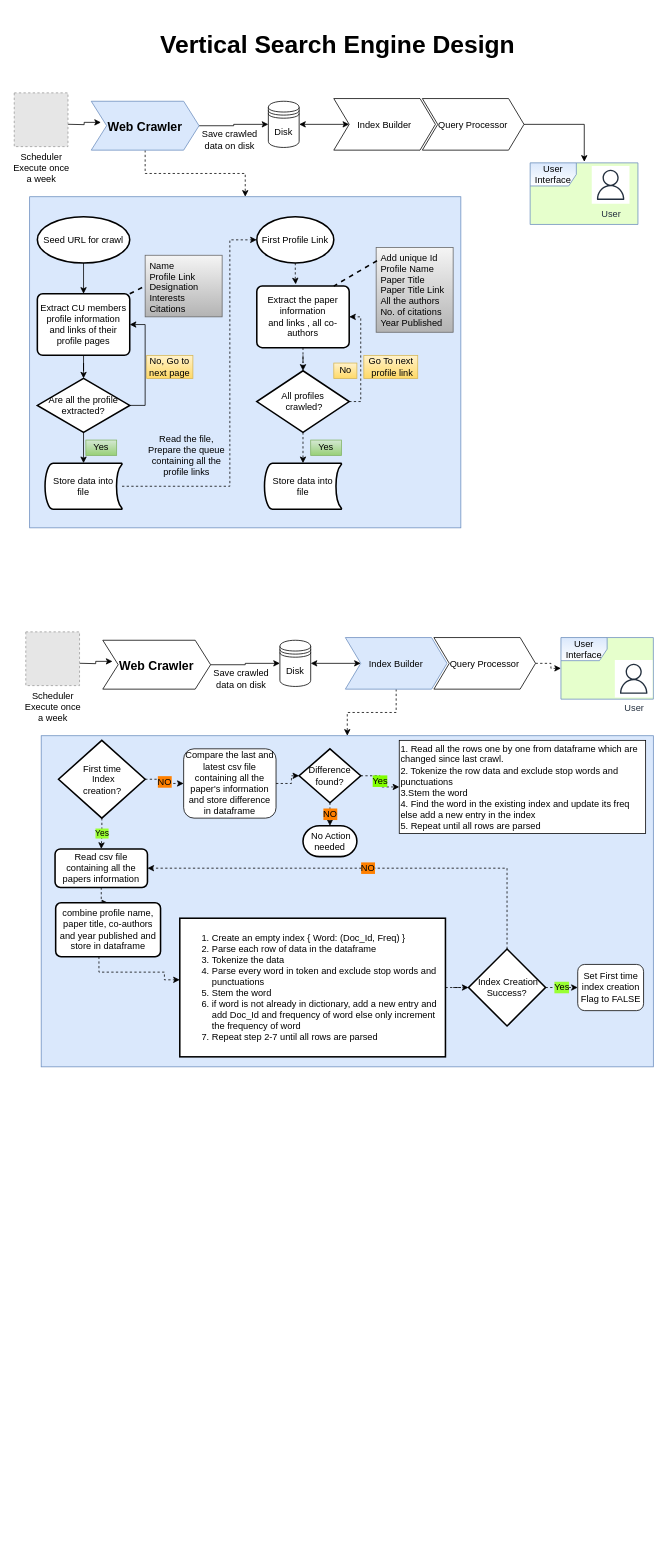
The draw.io diagram Untitled Diagram.drawio in rawat-sushil/vertical_search_engine, before the edit. Source tidied: cells renumbered, new cells numbered last; positions are measured from the earlier drawing's top-left corner, leaving out a move shared by most shapes. Both pictures are drawn from the tidied source at 77%, with x=0, y=0 at pixel (14, 25). Pictures stored in the file or linked from it are replaced by grey dashed boxes.
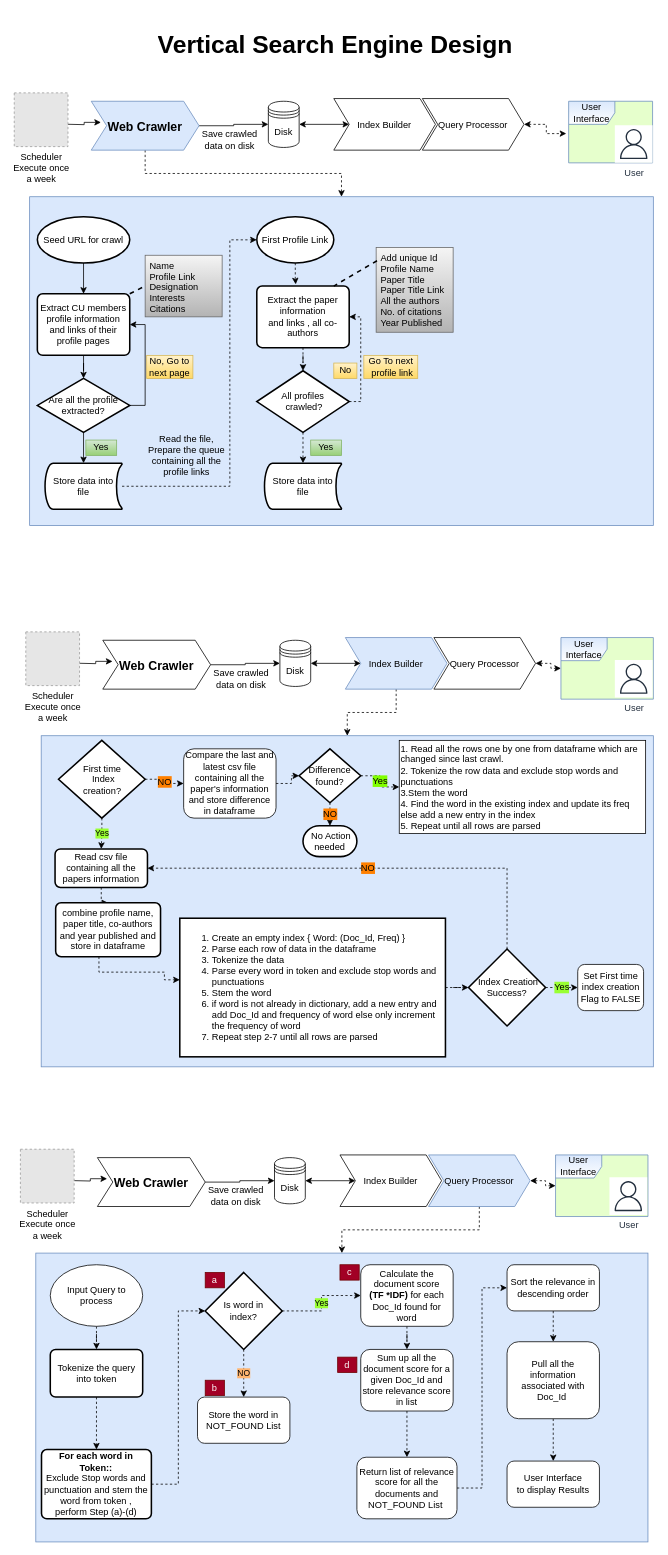
Above is the later version.

Unchanged cells that the change refers to:
```xml
<mxCell id="9" value="Query Processor" style="shape=step;perimeter=stepPerimeter;fixedSize=1;points=[];align=center;fontSize=12;" parent="1" vertex="1">
  <mxGeometry x="530" y="95.5" width="132" height="67" as="geometry" />
</mxCell>
<mxCell id="45" value="User Interface" style="shape=umlFrame;whiteSpace=wrap;html=1;fillColor=#dae8fc;strokeColor=#6c8ebf;gradientColor=#ffffff;swimlaneFillColor=#E6FFCC;" parent="1" vertex="1">
  <mxGeometry x="710" y="795.5" width="120" height="80" as="geometry" />
</mxCell>
<mxCell id="51" value="Query Processor" style="shape=step;perimeter=stepPerimeter;fixedSize=1;points=[];align=center;fontSize=12;" parent="1" vertex="1">
  <mxGeometry x="545" y="795.5" width="132" height="67" as="geometry" />
</mxCell>
```

The edit, as a diff of the source:
```diff
@@
     <mxCell id="2" style="rounded=0;whiteSpace=wrap;html=1;fontSize=12;align=center;fillColor=#dae8fc;strokeColor=#6c8ebf;" parent="1" vertex="1">
-      <mxGeometry x="20" y="223" width="560" height="430" as="geometry" />
+      <mxGeometry x="20" y="223" width="810" height="427" as="geometry" />
     </mxCell>
     <mxCell id="3" value="User Interface" style="shape=umlFrame;whiteSpace=wrap;html=1;fillColor=#dae8fc;strokeColor=#6c8ebf;gradientColor=#ffffff;swimlaneFillColor=#E6FFCC;" parent="1" vertex="1">
-      <mxGeometry x="670" y="179" width="140" height="80" as="geometry" />
+      <mxGeometry x="720" y="99" width="109" height="80" as="geometry" />
     </mxCell>
@@
-    <mxCell id="8" style="edgeStyle=orthogonalEdgeStyle;rounded=0;jettySize=auto;html=1;entryX=0.502;entryY=-0.018;entryDx=0;entryDy=0;entryPerimeter=0;startArrow=none;startFill=0;" parent="1" edge="1" source="9" target="3">
+    <mxCell id="8" style="edgeStyle=orthogonalEdgeStyle;rounded=0;jettySize=auto;html=1;entryX=-0.028;entryY=0.525;entryDx=0;entryDy=0;entryPerimeter=0;dashed=1;startArrow=classic;startFill=1;" parent="1" edge="1" source="9" target="3">
       <mxGeometry relative="1" as="geometry" />
     </mxCell>
@@
     <mxCell id="42" value="&lt;h1 style=&quot;font-size: 32px;&quot;&gt;Vertical Search Engine Design&lt;/h1&gt;&lt;p style=&quot;font-size: 32px;&quot;&gt;&lt;br style=&quot;font-size: 32px;&quot;&gt;&lt;/p&gt;" style="text;html=1;strokeColor=none;fillColor=none;spacing=5;spacingTop=-20;whiteSpace=wrap;overflow=hidden;rounded=0;fontSize=32;align=center;verticalAlign=middle;" parent="1" vertex="1">
-      <mxGeometry x="160" width="520" height="60" as="geometry" />
+      <mxGeometry x="157" width="520" height="60" as="geometry" />
     </mxCell>
     <mxCell id="43" value="User" style="fontColor=#232F3E;gradientColor=none;strokeColor=#232F3E;fillColor=#ffffff;dashed=0;verticalLabelPosition=bottom;verticalAlign=top;align=center;html=1;fontSize=12;fontStyle=0;shape=mxgraph.aws4.resourceIcon;resIcon=mxgraph.aws4.user;" parent="1" vertex="1">
-      <mxGeometry x="750" y="183" width="49" height="49" as="geometry" />
+      <mxGeometry x="780" y="130" width="49" height="49" as="geometry" />
     </mxCell>
@@
-    <mxCell id="50" style="edgeStyle=orthogonalEdgeStyle;rounded=0;jettySize=auto;html=1;dashed=1;labelBackgroundColor=#99FF33;fontSize=12;" parent="1" edge="1" source="51" target="45">
+    <mxCell id="50" style="edgeStyle=orthogonalEdgeStyle;rounded=0;jettySize=auto;html=1;dashed=1;labelBackgroundColor=#99FF33;fontSize=12;startArrow=classic;startFill=1;" parent="1" edge="1" source="51" target="45">
       <mxGeometry relative="1" as="geometry" />
     </mxCell>
@@
+    <mxCell id="78" style="rounded=0;whiteSpace=wrap;html=1;fontSize=12;align=center;fillColor=#dae8fc;strokeColor=#6c8ebf;" parent="1" vertex="1">
+      <mxGeometry x="28" y="1594.9" width="795" height="375.1" as="geometry" />
+    </mxCell>
+    <mxCell id="79" value="User Interface" style="shape=umlFrame;whiteSpace=wrap;html=1;fillColor=#dae8fc;strokeColor=#6c8ebf;gradientColor=#ffffff;swimlaneFillColor=#E6FFCC;" parent="1" vertex="1">
+      <mxGeometry x="703" y="1467.4" width="120" height="80" as="geometry" />
+    </mxCell>
+    <mxCell id="80" value="Index Builder" style="shape=step;perimeter=stepPerimeter;fixedSize=1;points=[];align=center;" parent="1" vertex="1">
+      <mxGeometry x="423" y="1467.4" width="132" height="67" as="geometry" />
+    </mxCell>
+    <mxCell id="81" style="edgeStyle=orthogonalEdgeStyle;rounded=0;jettySize=auto;html=1;entryX=0;entryY=0.5;entryDx=0;entryDy=0;startArrow=none;startFill=0;" parent="1" edge="1" source="82" target="87">
+      <mxGeometry relative="1" as="geometry" />
+    </mxCell>
+    <mxCell id="82" value="Web Crawler" style="shape=step;perimeter=stepPerimeter;fixedSize=1;points=[];fontStyle=1;fontSize=16;" parent="1" vertex="1">
+      <mxGeometry x="108" y="1470.9" width="140" height="63.5" as="geometry" />
+    </mxCell>
+    <mxCell id="83" style="edgeStyle=orthogonalEdgeStyle;rounded=0;jettySize=auto;html=1;dashed=1;labelBackgroundColor=#99FF33;fontSize=12;startArrow=classic;startFill=1;" parent="1" edge="1" source="85" target="79">
+      <mxGeometry relative="1" as="geometry" />
+    </mxCell>
+    <mxCell id="84" style="edgeStyle=orthogonalEdgeStyle;rounded=0;jettySize=auto;html=1;dashed=1;" parent="1" edge="1" source="85" target="78">
+      <mxGeometry relative="1" as="geometry" />
+    </mxCell>
+    <mxCell id="85" value="Query Processor" style="shape=step;perimeter=stepPerimeter;fixedSize=1;points=[];align=center;fontSize=12;fillColor=#dae8fc;strokeColor=#6c8ebf;" parent="1" vertex="1">
+      <mxGeometry x="538" y="1467.4" width="132" height="67" as="geometry" />
+    </mxCell>
+    <mxCell id="86" style="edgeStyle=orthogonalEdgeStyle;rounded=0;jettySize=auto;html=1;startArrow=classic;startFill=1;" parent="1" edge="1" source="87" target="80">
+      <mxGeometry relative="1" as="geometry" />
+    </mxCell>
+    <mxCell id="87" value="Disk" style="shape=datastore;whiteSpace=wrap;html=1;gradientColor=#ffffff;" parent="1" vertex="1">
+      <mxGeometry x="338" y="1470.9" width="40" height="60" as="geometry" />
+    </mxCell>
+    <mxCell id="88" value="Save crawled data on disk" style="text;html=1;strokeColor=none;fillColor=none;align=center;verticalAlign=middle;whiteSpace=wrap;rounded=0;" parent="1" vertex="1">
+      <mxGeometry x="248" y="1510.9" width="80" height="20" as="geometry" />
+    </mxCell>
+    <mxCell id="89" style="edgeStyle=orthogonalEdgeStyle;rounded=0;jettySize=auto;html=1;entryX=0.09;entryY=0.432;entryDx=0;entryDy=0;entryPerimeter=0;startArrow=none;startFill=0;" parent="1" edge="1" target="82">
+      <mxGeometry relative="1" as="geometry">
+        <mxPoint x="77.8" y="1500.8" as="sourcePoint" />
+      </mxGeometry>
+    </mxCell>
+    <mxCell id="90" value="Scheduler&lt;br&gt;Execute once &lt;br&gt;a week" style="fillColor=#E6E6E6;strokeColor=#999999;dashed=1;html=1;verticalAlign=top;verticalLabelPosition=bottom;labelBackgroundColor=#ffffff;" parent="1" vertex="1">
+      <mxGeometry x="8" y="1460" width="69.8" height="69.8" as="geometry" />
+    </mxCell>
+    <mxCell id="91" style="edgeStyle=orthogonalEdgeStyle;rounded=0;jettySize=auto;html=1;entryX=0.5;entryY=0;entryDx=0;entryDy=0;dashed=1;labelBackgroundColor=#99FF33;" parent="1" edge="1" source="92" target="95">
+      <mxGeometry relative="1" as="geometry" />
+    </mxCell>
+    <mxCell id="92" value="Tokenize the query into token" style="rounded=1;whiteSpace=wrap;html=1;absoluteArcSize=1;arcSize=14;strokeWidth=2;gradientColor=#ffffff;fontSize=12;align=center;" parent="1" vertex="1">
+      <mxGeometry x="46.8" y="1720" width="120" height="61.9" as="geometry" />
+    </mxCell>
+    <mxCell id="93" value="User" style="fontColor=#232F3E;gradientColor=none;strokeColor=#232F3E;fillColor=#ffffff;dashed=0;verticalLabelPosition=bottom;verticalAlign=top;align=center;html=1;fontSize=12;fontStyle=0;shape=mxgraph.aws4.resourceIcon;resIcon=mxgraph.aws4.user;" parent="1" vertex="1">
+      <mxGeometry x="773" y="1496.4" width="49" height="49" as="geometry" />
+    </mxCell>
+    <mxCell id="94" style="edgeStyle=orthogonalEdgeStyle;rounded=0;jettySize=auto;html=1;entryX=0;entryY=0.5;entryDx=0;entryDy=0;entryPerimeter=0;dashed=1;startArrow=none;startFill=0;" parent="1" edge="1" source="95" target="100">
+      <mxGeometry relative="1" as="geometry" />
+    </mxCell>
+    <mxCell id="95" value="&lt;span&gt;&lt;b&gt;For each word in Token::&lt;/b&gt;&lt;br&gt;Exclude Stop words and punctuation and stem the word from token , &lt;br&gt;perform Step (a)-(d)&lt;/span&gt;" style="rounded=1;whiteSpace=wrap;html=1;absoluteArcSize=1;arcSize=14;strokeWidth=2;gradientColor=#ffffff;fontSize=12;align=center;" parent="1" vertex="1">
+      <mxGeometry x="35.4" y="1850" width="142.7" height="90" as="geometry" />
+    </mxCell>
+    <mxCell id="96" style="edgeStyle=orthogonalEdgeStyle;rounded=0;jettySize=auto;html=1;entryX=0.5;entryY=0;entryDx=0;entryDy=0;dashed=1;" parent="1" edge="1" source="97" target="92">
+      <mxGeometry relative="1" as="geometry" />
+    </mxCell>
+    <mxCell id="97" value="Input Query to process" style="ellipse;whiteSpace=wrap;html=1;" parent="1" vertex="1">
+      <mxGeometry x="46.8" y="1610" width="120" height="80" as="geometry" />
+    </mxCell>
+    <mxCell id="98" value="NO" style="edgeStyle=orthogonalEdgeStyle;rounded=0;jettySize=auto;html=1;dashed=1;startArrow=none;startFill=0;labelBackgroundColor=#FFB570;" parent="1" edge="1" source="100" target="101">
+      <mxGeometry relative="1" as="geometry" />
+    </mxCell>
+    <mxCell id="99" value="Yes" style="edgeStyle=orthogonalEdgeStyle;rounded=0;jettySize=auto;html=1;dashed=1;labelBackgroundColor=#99FF33;startArrow=none;startFill=0;" parent="1" edge="1" source="100" target="103">
+      <mxGeometry relative="1" as="geometry" />
+    </mxCell>
+    <mxCell id="100" value="Is word in &lt;br&gt;index?" style="strokeWidth=2;html=1;shape=mxgraph.flowchart.decision;whiteSpace=wrap;align=center;" parent="1" vertex="1">
+      <mxGeometry x="248" y="1620" width="100" height="100" as="geometry" />
+    </mxCell>
+    <mxCell id="101" value="Store the word in NOT_FOUND List" style="rounded=1;whiteSpace=wrap;html=1;align=center;" parent="1" vertex="1">
+      <mxGeometry x="238" y="1781.9" width="120" height="60" as="geometry" />
+    </mxCell>
+    <mxCell id="102" style="edgeStyle=orthogonalEdgeStyle;rounded=0;jettySize=auto;html=1;entryX=0.5;entryY=0;entryDx=0;entryDy=0;dashed=1;labelBackgroundColor=#99FF33;startArrow=none;startFill=0;" parent="1" edge="1" source="103" target="105">
+      <mxGeometry relative="1" as="geometry" />
+    </mxCell>
+    <mxCell id="103" value="Calculate the document score&lt;br&gt;&lt;b&gt;(TF *IDF)&lt;/b&gt; for each Doc_Id found for word" style="rounded=1;whiteSpace=wrap;html=1;align=center;" parent="1" vertex="1">
+      <mxGeometry x="450" y="1610" width="120" height="80" as="geometry" />
+    </mxCell>
+    <mxCell id="104" style="edgeStyle=orthogonalEdgeStyle;rounded=0;jettySize=auto;html=1;entryX=0.5;entryY=0;entryDx=0;entryDy=0;dashed=1;labelBackgroundColor=#99FF33;startArrow=none;startFill=0;" parent="1" edge="1" source="105" target="107">
+      <mxGeometry relative="1" as="geometry" />
+    </mxCell>
+    <mxCell id="105" value="Sum up all the document score for a given Doc_Id and store relevance score in list" style="rounded=1;whiteSpace=wrap;html=1;align=center;" parent="1" vertex="1">
+      <mxGeometry x="450" y="1720" width="120" height="80" as="geometry" />
+    </mxCell>
+    <mxCell id="106" style="edgeStyle=orthogonalEdgeStyle;rounded=0;jettySize=auto;html=1;entryX=0;entryY=0.5;entryDx=0;entryDy=0;dashed=1;labelBackgroundColor=#99FF33;startArrow=none;startFill=0;" parent="1" edge="1" source="107" target="109">
+      <mxGeometry relative="1" as="geometry" />
+    </mxCell>
+    <mxCell id="107" value="Return list of relevance score for all the documents and NOT_FOUND List&amp;nbsp;" style="rounded=1;whiteSpace=wrap;html=1;align=center;" parent="1" vertex="1">
+      <mxGeometry x="445" y="1860" width="130" height="80" as="geometry" />
+    </mxCell>
+    <mxCell id="108" style="edgeStyle=orthogonalEdgeStyle;rounded=0;jettySize=auto;html=1;dashed=1;labelBackgroundColor=#99FF33;startArrow=none;startFill=0;" parent="1" edge="1" source="109" target="111">
+      <mxGeometry relative="1" as="geometry" />
+    </mxCell>
+    <mxCell id="109" value="Sort the relevance in descending order" style="rounded=1;whiteSpace=wrap;html=1;align=center;" parent="1" vertex="1">
+      <mxGeometry x="640" y="1610" width="120" height="60" as="geometry" />
+    </mxCell>
+    <mxCell id="110" style="edgeStyle=orthogonalEdgeStyle;rounded=0;jettySize=auto;html=1;entryX=0.5;entryY=0;entryDx=0;entryDy=0;dashed=1;labelBackgroundColor=#99FF33;startArrow=none;startFill=0;" parent="1" edge="1" source="111" target="112">
+      <mxGeometry relative="1" as="geometry" />
+    </mxCell>
+    <mxCell id="111" value="&lt;span&gt;Pull all the information associated with Doc_Id&amp;nbsp;&lt;br&gt;&lt;/span&gt;" style="rounded=1;whiteSpace=wrap;html=1;align=center;" parent="1" vertex="1">
+      <mxGeometry x="640" y="1710" width="120" height="100" as="geometry" />
+    </mxCell>
+    <mxCell id="112" value="&lt;span&gt;User Interface&lt;/span&gt;&lt;br&gt;&lt;span&gt;to display Results&lt;/span&gt;" style="rounded=1;whiteSpace=wrap;html=1;align=center;" parent="1" vertex="1">
+      <mxGeometry x="640" y="1865" width="120" height="60" as="geometry" />
+    </mxCell>
+    <mxCell id="113" value="a" style="text;html=1;strokeColor=#6F0000;fillColor=#a20025;align=center;verticalAlign=middle;whiteSpace=wrap;rounded=0;fontColor=#ffffff;" parent="1" vertex="1">
+      <mxGeometry x="248" y="1620" width="25" height="20" as="geometry" />
+    </mxCell>
+    <mxCell id="114" value="d" style="text;html=1;strokeColor=#6F0000;fillColor=#a20025;align=center;verticalAlign=middle;whiteSpace=wrap;rounded=0;fontColor=#ffffff;" parent="1" vertex="1">
+      <mxGeometry x="420" y="1730" width="25" height="20" as="geometry" />
+    </mxCell>
+    <mxCell id="115" value="b" style="text;html=1;strokeColor=#6F0000;fillColor=#a20025;align=center;verticalAlign=middle;whiteSpace=wrap;rounded=0;fontColor=#ffffff;" parent="1" vertex="1">
+      <mxGeometry x="248" y="1760" width="25" height="20" as="geometry" />
+    </mxCell>
+    <mxCell id="116" value="c" style="text;html=1;strokeColor=#6F0000;fillColor=#a20025;align=center;verticalAlign=middle;whiteSpace=wrap;rounded=0;fontColor=#ffffff;" parent="1" vertex="1">
+      <mxGeometry x="423" y="1610" width="25" height="20" as="geometry" />
+    </mxCell>
```
